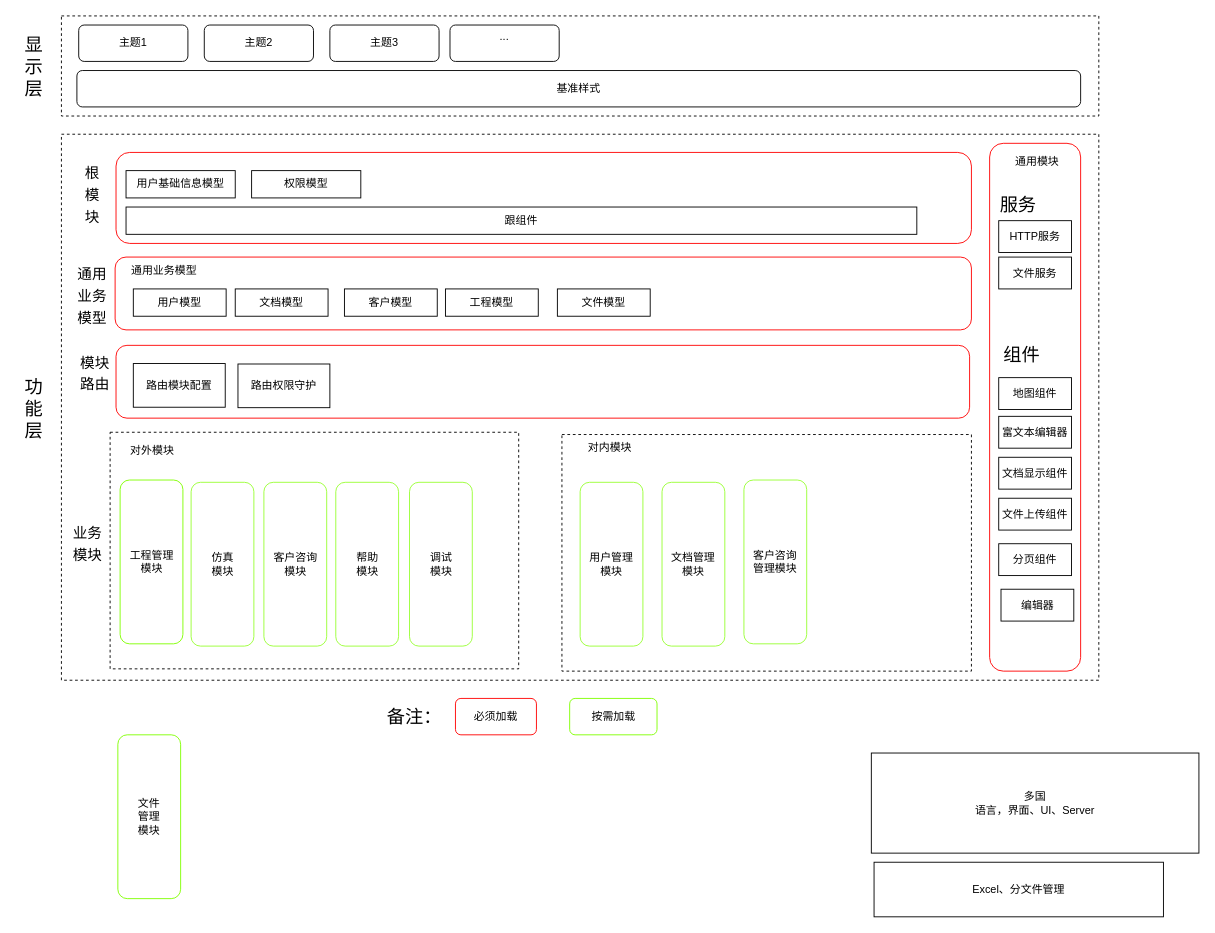
hookex/chart keeps this draw.io diagram as open-system.drawio. Above is the earlier version. Source tidied: cells renumbered, new cells numbered last; positions are measured from the earlier drawing's top-left corner, leaving out a move shared by most shapes. Both pictures are drawn from the tidied source at 91%, with x=0, y=0 at pixel (15, 15).
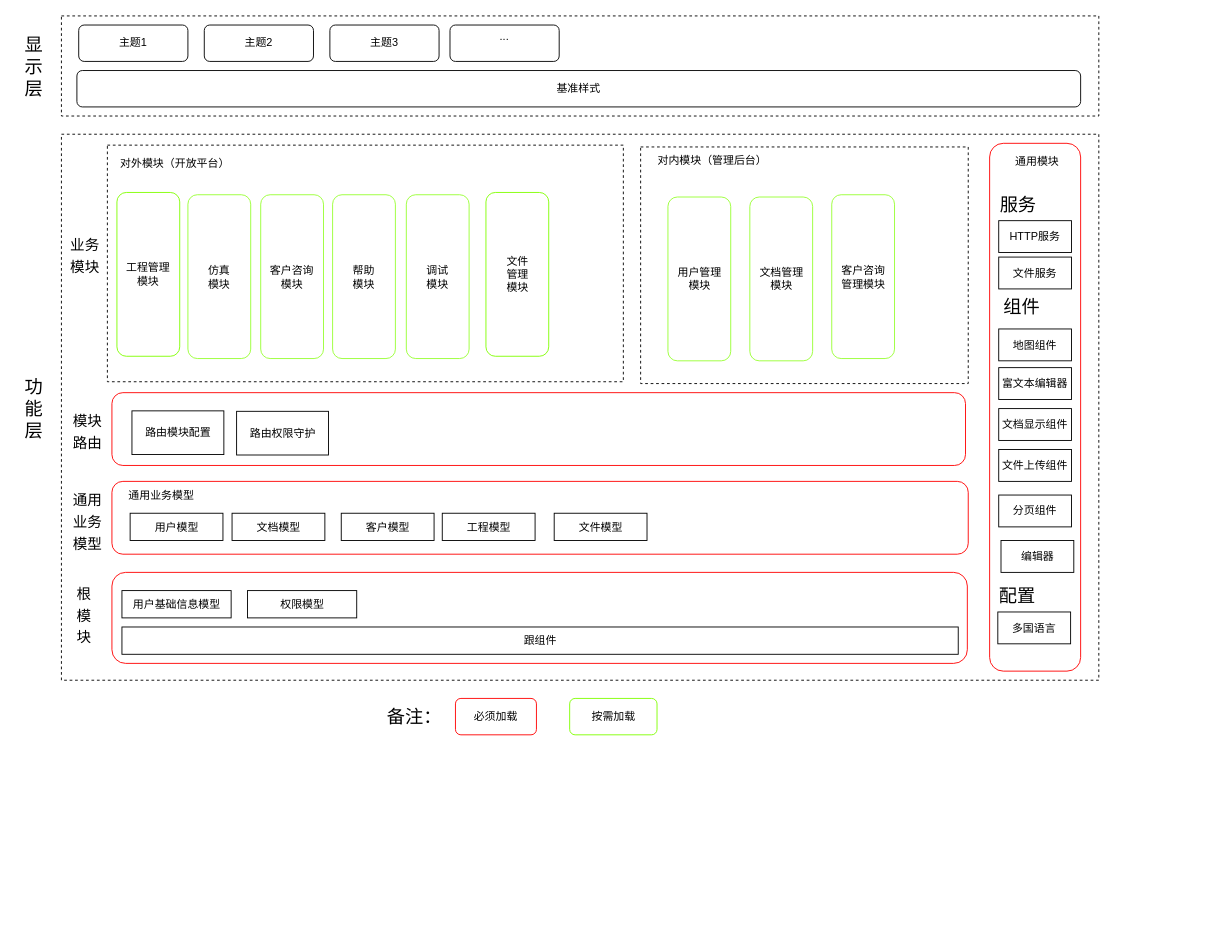
The same diagram, later.

What changed in the source:
```diff
@@
     <mxCell id="10" style="rounded=1;whiteSpace=wrap;html=1;strokeColor=#FF0000;" parent="1" vertex="1">
-      <mxGeometry x="110" y="150" width="940" height="100" as="geometry" />
+      <mxGeometry x="105.5" y="611.5" width="940" height="100" as="geometry" />
     </mxCell>
@@
     <mxCell id="12" style="rounded=0;whiteSpace=wrap;html=1;dashed=1;" parent="1" vertex="1">
-      <mxGeometry x="103.5" y="457.5" width="449" height="260" as="geometry" />
+      <mxGeometry x="100.5" y="142" width="567" height="260" as="geometry" />
     </mxCell>
     <mxCell id="13" style="rounded=0;whiteSpace=wrap;html=1;dashed=1;" parent="1" vertex="1">
-      <mxGeometry x="600" y="460" width="450" height="260" as="geometry" />
+      <mxGeometry x="686.5" y="144" width="360" height="260" as="geometry" />
     </mxCell>
-    <mxCell id="14" value="对外模块" style="text;html=1;strokeColor=none;fillColor=none;align=center;verticalAlign=middle;whiteSpace=wrap;rounded=0;" parent="1" vertex="1">
-      <mxGeometry x="114.5" y="467.5" width="70" height="20" as="geometry" />
+    <mxCell id="14" value="对外模块（开放平台）" style="text;html=1;strokeColor=none;fillColor=none;align=center;verticalAlign=middle;whiteSpace=wrap;rounded=0;" parent="1" vertex="1">
+      <mxGeometry x="111.5" y="152" width="126" height="20" as="geometry" />
     </mxCell>
-    <mxCell id="15" value="对内模块" style="text;html=1;strokeColor=none;fillColor=none;align=center;verticalAlign=middle;whiteSpace=wrap;rounded=0;" parent="1" vertex="1">
-      <mxGeometry x="618" y="465" width="70" height="20" as="geometry" />
+    <mxCell id="15" value="对内模块（管理后台）" style="text;html=1;strokeColor=none;fillColor=none;align=center;verticalAlign=middle;whiteSpace=wrap;rounded=0;" parent="1" vertex="1">
+      <mxGeometry x="693.5" y="149" width="143" height="20" as="geometry" />
     </mxCell>
@@
     <mxCell id="19" value="富文本编辑器" style="rounded=0;whiteSpace=wrap;html=1;" parent="1" vertex="1">
-      <mxGeometry x="1080" y="440" width="80" height="35" as="geometry" />
+      <mxGeometry x="1080" y="386.5" width="80" height="35" as="geometry" />
     </mxCell>
     <mxCell id="20" value="文档显示组件" style="rounded=0;whiteSpace=wrap;html=1;" parent="1" vertex="1">
-      <mxGeometry x="1080" y="485" width="80" height="35" as="geometry" />
+      <mxGeometry x="1080" y="431.5" width="80" height="35" as="geometry" />
     </mxCell>
     <mxCell id="21" value="文件上传组件" style="rounded=0;whiteSpace=wrap;html=1;" parent="1" vertex="1">
-      <mxGeometry x="1080" y="530" width="80" height="35" as="geometry" />
+      <mxGeometry x="1080" y="476.5" width="80" height="35" as="geometry" />
     </mxCell>
     <mxCell id="22" value="分页组件" style="rounded=0;whiteSpace=wrap;html=1;" parent="1" vertex="1">
-      <mxGeometry x="1080" y="580" width="80" height="35" as="geometry" />
+      <mxGeometry x="1080" y="526.5" width="80" height="35" as="geometry" />
     </mxCell>
     <mxCell id="23" value="用户基础信息模型" style="rounded=0;whiteSpace=wrap;html=1;" parent="1" vertex="1">
-      <mxGeometry x="121" y="170" width="120" height="30" as="geometry" />
+      <mxGeometry x="116.5" y="631.5" width="120" height="30" as="geometry" />
     </mxCell>
     <mxCell id="24" value="权限模型" style="rounded=0;whiteSpace=wrap;html=1;" parent="1" vertex="1">
-      <mxGeometry x="259" y="170" width="120" height="30" as="geometry" />
+      <mxGeometry x="254.5" y="631.5" width="120" height="30" as="geometry" />
     </mxCell>
     <mxCell id="25" value="跟组件" style="rounded=0;whiteSpace=wrap;html=1;" parent="1" vertex="1">
-      <mxGeometry x="121" y="210" width="869" height="30" as="geometry" />
+      <mxGeometry x="116.5" y="671.5" width="919" height="30" as="geometry" />
     </mxCell>
     <mxCell id="26" value="工程管理&lt;br&gt;模块" style="rounded=1;whiteSpace=wrap;html=1;strokeColor=#80FF00;" parent="1" vertex="1">
-      <mxGeometry x="114.5" y="510" width="69" height="180" as="geometry" />
+      <mxGeometry x="111" y="194" width="69" height="180" as="geometry" />
     </mxCell>
     <mxCell id="27" value="仿真&lt;br&gt;模块" style="rounded=1;whiteSpace=wrap;html=1;strokeColor=#99FF33;" parent="1" vertex="1">
-      <mxGeometry x="192.5" y="512.5" width="69" height="180" as="geometry" />
+      <mxGeometry x="189" y="196.5" width="69" height="180" as="geometry" />
     </mxCell>
     <mxCell id="28" value="客户咨询&lt;br&gt;模块" style="rounded=1;whiteSpace=wrap;html=1;strokeColor=#99FF33;" parent="1" vertex="1">
-      <mxGeometry x="272.5" y="512.5" width="69" height="180" as="geometry" />
+      <mxGeometry x="269" y="196.5" width="69" height="180" as="geometry" />
     </mxCell>
     <mxCell id="29" value="用户管理&lt;br&gt;模块" style="rounded=1;whiteSpace=wrap;html=1;strokeColor=#99FF33;" parent="1" vertex="1">
-      <mxGeometry x="620" y="512.5" width="69" height="180" as="geometry" />
+      <mxGeometry x="716.5" y="199" width="69" height="180" as="geometry" />
     </mxCell>
     <mxCell id="30" value="文档管理&lt;br&gt;模块" style="rounded=1;whiteSpace=wrap;html=1;strokeColor=#99FF33;" parent="1" vertex="1">
-      <mxGeometry x="710" y="512.5" width="69" height="180" as="geometry" />
+      <mxGeometry x="806.5" y="199" width="69" height="180" as="geometry" />
     </mxCell>
     <mxCell id="31" value="客户咨询&lt;br&gt;管理模块" style="rounded=1;whiteSpace=wrap;html=1;strokeColor=#99FF33;" parent="1" vertex="1">
-      <mxGeometry x="800" y="510" width="69" height="180" as="geometry" />
+      <mxGeometry x="896.5" y="196.5" width="69" height="180" as="geometry" />
     </mxCell>
     <mxCell id="32" value="帮助&lt;br&gt;模块" style="rounded=1;whiteSpace=wrap;html=1;strokeColor=#99FF33;" parent="1" vertex="1">
-      <mxGeometry x="351.5" y="512.5" width="69" height="180" as="geometry" />
+      <mxGeometry x="348" y="196.5" width="69" height="180" as="geometry" />
     </mxCell>
     <mxCell id="33" value="调试&lt;br&gt;模块&lt;br&gt;" style="rounded=1;whiteSpace=wrap;html=1;strokeColor=#99FF33;" parent="1" vertex="1">
-      <mxGeometry x="432.5" y="512.5" width="69" height="180" as="geometry" />
+      <mxGeometry x="429" y="196.5" width="69" height="180" as="geometry" />
     </mxCell>
@@
     <mxCell id="35" style="rounded=1;whiteSpace=wrap;html=1;strokeColor=#FF0000;" parent="1" vertex="1">
-      <mxGeometry x="109" y="265" width="941" height="80" as="geometry" />
+      <mxGeometry x="105.5" y="511.5" width="941" height="80" as="geometry" />
     </mxCell>
     <mxCell id="36" value="地图组件" style="rounded=0;whiteSpace=wrap;html=1;" parent="1" vertex="1">
-      <mxGeometry x="1080" y="397.5" width="80" height="35" as="geometry" />
+      <mxGeometry x="1080" y="344" width="80" height="35" as="geometry" />
     </mxCell>
     <mxCell id="37" value="通用业务模型" style="text;html=1;strokeColor=none;fillColor=none;align=center;verticalAlign=middle;whiteSpace=wrap;rounded=0;" parent="1" vertex="1">
-      <mxGeometry x="117" y="270" width="92" height="20" as="geometry" />
+      <mxGeometry x="113.5" y="516.5" width="92" height="20" as="geometry" />
     </mxCell>
     <mxCell id="38" value="用户模型&lt;br&gt;" style="rounded=0;whiteSpace=wrap;html=1;" parent="1" vertex="1">
-      <mxGeometry x="129" y="300" width="102" height="30" as="geometry" />
+      <mxGeometry x="125.5" y="546.5" width="102" height="30" as="geometry" />
     </mxCell>
     <mxCell id="39" value="文档模型" style="rounded=0;whiteSpace=wrap;html=1;" parent="1" vertex="1">
-      <mxGeometry x="241" y="300" width="102" height="30" as="geometry" />
+      <mxGeometry x="237.5" y="546.5" width="102" height="30" as="geometry" />
     </mxCell>
     <mxCell id="40" value="客户模型" style="rounded=0;whiteSpace=wrap;html=1;" parent="1" vertex="1">
-      <mxGeometry x="361" y="300" width="102" height="30" as="geometry" />
+      <mxGeometry x="357.5" y="546.5" width="102" height="30" as="geometry" />
     </mxCell>
     <mxCell id="41" value="工程模型" style="rounded=0;whiteSpace=wrap;html=1;" parent="1" vertex="1">
-      <mxGeometry x="472" y="300" width="102" height="30" as="geometry" />
+      <mxGeometry x="468.5" y="546.5" width="102" height="30" as="geometry" />
     </mxCell>
     <mxCell id="42" value="&lt;font style=&quot;font-size: 16px&quot;&gt;根&lt;br&gt;模&lt;br&gt;块&lt;/font&gt;" style="text;html=1;fontSize=20;" parent="1" vertex="1">
-      <mxGeometry x="73.5" y="153" width="25" height="87" as="geometry" />
+      <mxGeometry x="65" y="614.5" width="25" height="87" as="geometry" />
     </mxCell>
     <mxCell id="43" value="&lt;span style=&quot;font-size: 16px&quot;&gt;通用&lt;br&gt;业务&lt;br&gt;模型&lt;/span&gt;" style="text;html=1;fontSize=20;" parent="1" vertex="1">
-      <mxGeometry x="66" y="264" width="25" height="87" as="geometry" />
+      <mxGeometry x="61" y="511.5" width="25" height="87" as="geometry" />
     </mxCell>
     <mxCell id="44" value="&lt;span style=&quot;font-size: 16px&quot;&gt;业务&lt;br&gt;模块&lt;/span&gt;&lt;br&gt;" style="text;html=1;fontSize=20;" parent="1" vertex="1">
-      <mxGeometry x="61" y="548" width="25" height="87" as="geometry" />
+      <mxGeometry x="57.5" y="232" width="25" height="87" as="geometry" />
     </mxCell>
@@
     <mxCell id="48" style="rounded=1;whiteSpace=wrap;html=1;strokeColor=#FF0000;" parent="1" vertex="1">
-      <mxGeometry x="110" y="362" width="938" height="80" as="geometry" />
+      <mxGeometry x="105.5" y="414" width="938" height="80" as="geometry" />
     </mxCell>
     <mxCell id="49" value="&lt;span style=&quot;font-size: 16px&quot;&gt;模块&lt;br&gt;路由&lt;/span&gt;&lt;br&gt;" style="text;html=1;fontSize=20;" parent="1" vertex="1">
-      <mxGeometry x="69" y="361" width="25" height="87" as="geometry" />
+      <mxGeometry x="61" y="424.5" width="25" height="87" as="geometry" />
     </mxCell>
@@
     <mxCell id="51" value="组件" style="text;html=1;strokeColor=none;fillColor=none;align=center;verticalAlign=middle;whiteSpace=wrap;rounded=0;fontSize=20;" parent="1" vertex="1">
-      <mxGeometry x="1077" y="362" width="57" height="20" as="geometry" />
+      <mxGeometry x="1077" y="308.5" width="57" height="20" as="geometry" />
     </mxCell>
     <mxCell id="52" value="路由模块配置" style="rounded=0;whiteSpace=wrap;html=1;strokeWidth=1;" parent="1" vertex="1">
-      <mxGeometry x="129" y="382" width="101" height="48" as="geometry" />
+      <mxGeometry x="127.5" y="434" width="101" height="48" as="geometry" />
     </mxCell>
     <mxCell id="53" value="路由权限守护" style="rounded=0;whiteSpace=wrap;html=1;strokeWidth=1;" parent="1" vertex="1">
-      <mxGeometry x="244" y="382.5" width="101" height="48" as="geometry" />
+      <mxGeometry x="242.5" y="434.5" width="101" height="48" as="geometry" />
     </mxCell>
     <mxCell id="54" value="文件&lt;br&gt;管理&lt;br&gt;模块" style="rounded=1;whiteSpace=wrap;html=1;strokeColor=#80FF00;" parent="1" vertex="1">
-      <mxGeometry x="112" y="790" width="69" height="180" as="geometry" />
+      <mxGeometry x="516.5" y="194" width="69" height="180" as="geometry" />
     </mxCell>
     <mxCell id="55" value="编辑器" style="rounded=0;whiteSpace=wrap;html=1;" parent="1" vertex="1">
-      <mxGeometry x="1082.5" y="630" width="80" height="35" as="geometry" />
+      <mxGeometry x="1082.5" y="576.5" width="80" height="35" as="geometry" />
     </mxCell>
     <mxCell id="56" value="文件模型" style="rounded=0;whiteSpace=wrap;html=1;" parent="1" vertex="1">
-      <mxGeometry x="595" y="300" width="102" height="30" as="geometry" />
+      <mxGeometry x="591.5" y="546.5" width="102" height="30" as="geometry" />
     </mxCell>
-    <mxCell id="57" value="多国&lt;br&gt;语言，界面、UI、Server&lt;br&gt;" style="rounded=0;whiteSpace=wrap;html=1;" parent="1" vertex="1">
-      <mxGeometry x="940" y="810" width="360" height="110" as="geometry" />
-    </mxCell>
-    <mxCell id="58" value="Excel、分文件管理&lt;br&gt;" style="rounded=0;whiteSpace=wrap;html=1;" parent="1" vertex="1">
-      <mxGeometry x="943" y="930" width="318" height="60" as="geometry" />
-    </mxCell>
+    <mxCell id="59" value="多国语言" style="rounded=0;whiteSpace=wrap;html=1;" parent="1" vertex="1">
+      <mxGeometry x="1079" y="655" width="80" height="35" as="geometry" />
+    </mxCell>
+    <mxCell id="60" value="配置" style="text;html=1;strokeColor=none;fillColor=none;align=center;verticalAlign=middle;whiteSpace=wrap;rounded=0;fontSize=20;" parent="1" vertex="1">
+      <mxGeometry x="1072" y="627" width="57" height="20" as="geometry" />
+    </mxCell>
```
